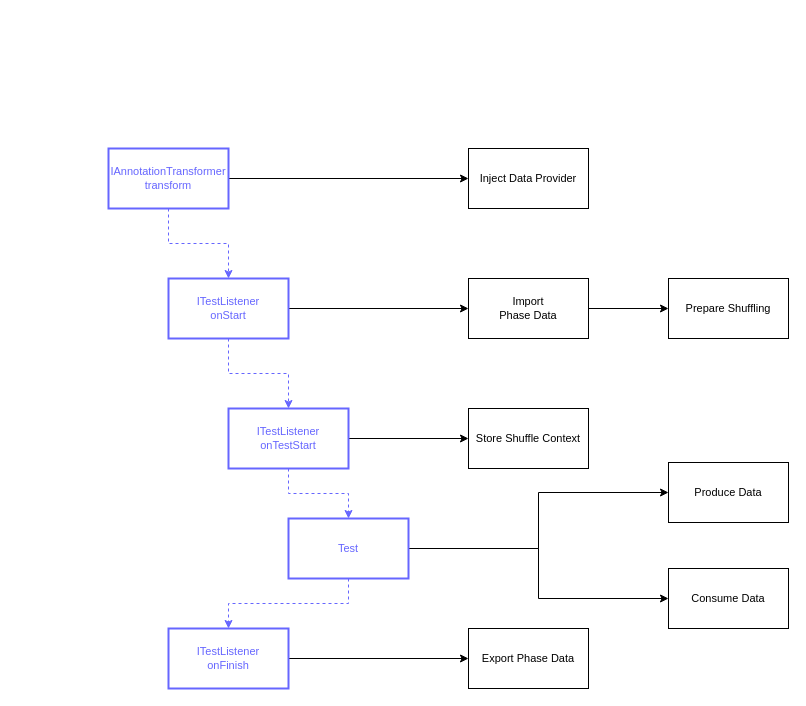
Before: page "TestNG Process" (11 of 11) of diagrams/PhasedDiagrams.drawio in adobe/phased-testing, a draw.io diagram. Source tidied: cells renumbered, new cells numbered last; positions are measured from the earlier drawing's top-left corner, leaving out a move shared by most shapes. Both pictures are drawn from the tidied source at 100%, with x=0, y=0 at pixel (108, 148).
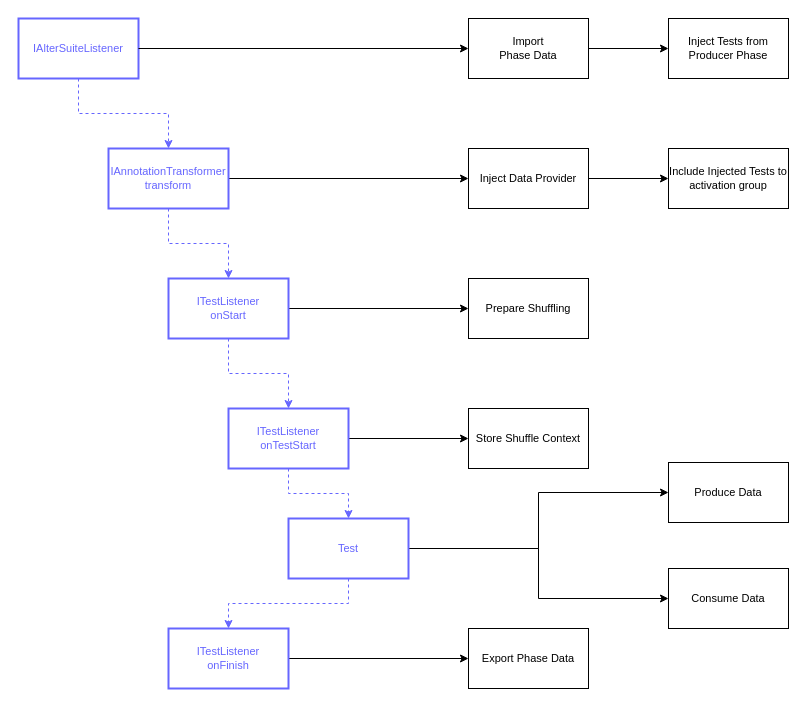
The same diagram, later.

Commit message (it also covers changes not shown here):
Added the test for continuing in producer mode

The change refers to these unchanged cells:
```xml
<mxCell id="4" value="IAnnotationTransformer&lt;br&gt;transform" style="rounded=0;whiteSpace=wrap;html=1;fontSize=11;align=center;strokeWidth=2;strokeColor=#6666FF;fontColor=#6666FF;" parent="1" vertex="1">
  <mxGeometry width="120" height="60" as="geometry" />
</mxCell>
<mxCell id="7" value="ITestListener&lt;br&gt;onStart" style="whiteSpace=wrap;html=1;rounded=0;fontSize=11;fontColor=#6666FF;strokeColor=#6666FF;strokeWidth=2;" parent="1" vertex="1">
  <mxGeometry x="60" y="130" width="120" height="60" as="geometry" />
</mxCell>
<mxCell id="17" value="Inject Data Provider" style="rounded=0;whiteSpace=wrap;html=1;fontSize=11;align=center;" parent="1" vertex="1">
  <mxGeometry x="360" width="120" height="60" as="geometry" />
</mxCell>
```

Change to the diagram source:
```diff
@@
-    <mxCell id="6" style="edgeStyle=orthogonalEdgeStyle;rounded=0;jumpStyle=arc;jumpSize=15;jettySize=auto;html=1;exitX=1;exitY=0.5;exitDx=0;exitDy=0;entryX=0;entryY=0.5;entryDx=0;entryDy=0;fontSize=11;startArrow=none;startFill=0;endArrow=classic;endFill=1;" parent="1" edge="1" source="7" target="19">
-      <mxGeometry relative="1" as="geometry" />
+    <mxCell id="6" style="edgeStyle=orthogonalEdgeStyle;rounded=0;jumpStyle=arc;jumpSize=15;jettySize=auto;html=1;exitX=1;exitY=0.5;exitDx=0;exitDy=0;entryX=0;entryY=0.5;entryDx=0;entryDy=0;fontSize=11;startArrow=none;startFill=0;endArrow=classic;endFill=1;" parent="1" edge="1" source="7">
+      <mxGeometry relative="1" as="geometry">
+        <mxPoint x="360" y="160" as="targetPoint" />
+      </mxGeometry>
     </mxCell>
@@
+    <mxCell id="25" style="edgeStyle=orthogonalEdgeStyle;rounded=0;jettySize=auto;html=1;startArrow=none;startFill=0;" parent="1" edge="1" source="17" target="31">
+      <mxGeometry relative="1" as="geometry" />
+    </mxCell>
@@
-    <mxCell id="18" style="edgeStyle=orthogonalEdgeStyle;rounded=0;jumpStyle=arc;jumpSize=15;jettySize=auto;html=1;fontSize=11;startArrow=none;startFill=0;endArrow=classic;endFill=1;" parent="1" edge="1" source="19" target="20">
-      <mxGeometry relative="1" as="geometry" />
-    </mxCell>
-    <mxCell id="19" value="Import&lt;br&gt;Phase Data" style="rounded=0;whiteSpace=wrap;html=1;fontSize=11;align=center;" parent="1" vertex="1">
-      <mxGeometry x="360" y="130" width="120" height="60" as="geometry" />
-    </mxCell>
     <mxCell id="20" value="Prepare Shuffling" style="whiteSpace=wrap;html=1;rounded=0;fontSize=11;" parent="1" vertex="1">
-      <mxGeometry x="560" y="130" width="120" height="60" as="geometry" />
+      <mxGeometry x="360" y="130" width="120" height="60" as="geometry" />
     </mxCell>
@@
+    <mxCell id="26" value="IAlterSuiteListener" style="rounded=0;whiteSpace=wrap;html=1;fontSize=11;align=center;strokeWidth=2;strokeColor=#6666FF;fontColor=#6666FF;" parent="1" vertex="1">
+      <mxGeometry x="-90" y="-130" width="120" height="60" as="geometry" />
+    </mxCell>
+    <mxCell id="27" style="edgeStyle=orthogonalEdgeStyle;rounded=0;jumpStyle=arc;jumpSize=15;jettySize=auto;html=1;exitX=0.5;exitY=1;exitDx=0;exitDy=0;entryX=0.5;entryY=0;entryDx=0;entryDy=0;dashed=1;fontSize=11;fontColor=#6666FF;startArrow=none;startFill=0;endArrow=classic;endFill=1;strokeColor=#6666FF;" parent="1" edge="1" source="26" target="4">
+      <mxGeometry relative="1" as="geometry" />
+    </mxCell>
+    <mxCell id="28" style="edgeStyle=orthogonalEdgeStyle;rounded=0;jettySize=auto;html=1;startArrow=none;startFill=0;" parent="1" edge="1" source="19" target="30">
+      <mxGeometry relative="1" as="geometry" />
+    </mxCell>
+    <mxCell id="19" value="Import&lt;br&gt;Phase Data" style="rounded=0;whiteSpace=wrap;html=1;fontSize=11;align=center;" parent="1" vertex="1">
+      <mxGeometry x="360" y="-130" width="120" height="60" as="geometry" />
+    </mxCell>
+    <mxCell id="29" style="edgeStyle=orthogonalEdgeStyle;rounded=0;jumpStyle=arc;jumpSize=15;jettySize=auto;html=1;exitX=1;exitY=0.5;exitDx=0;exitDy=0;entryX=0;entryY=0.5;entryDx=0;entryDy=0;fontSize=11;startArrow=none;startFill=0;endArrow=classic;endFill=1;" parent="1" edge="1" source="26" target="19">
+      <mxGeometry relative="1" as="geometry" />
+    </mxCell>
+    <mxCell id="30" value="Inject Tests from Producer Phase" style="rounded=0;whiteSpace=wrap;html=1;fontSize=11;align=center;" parent="1" vertex="1">
+      <mxGeometry x="560" y="-130" width="120" height="60" as="geometry" />
+    </mxCell>
+    <mxCell id="31" value="Include Injected Tests to activation group" style="rounded=0;whiteSpace=wrap;html=1;fontSize=11;align=center;" parent="1" vertex="1">
+      <mxGeometry x="560" width="120" height="60" as="geometry" />
+    </mxCell>
```
